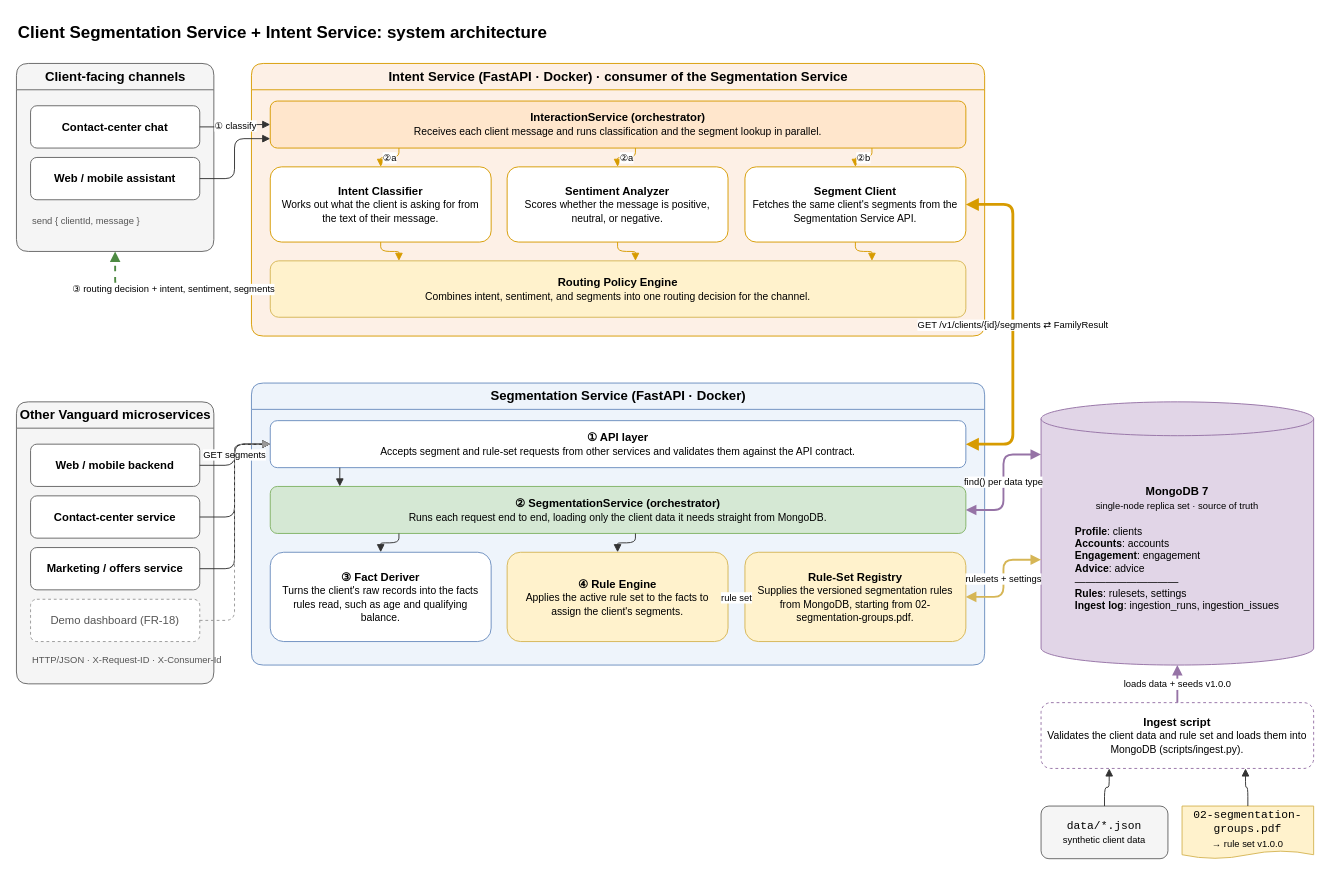
This is page "1. System architecture" (1 of 2) of docs/architecture.drawio from JustinGarvida/vanguard-css, a draw.io file, before an edit. Source tidied: cells renumbered, new cells numbered last; positions are measured from the earlier drawing's top-left corner, leaving out a move shared by most shapes. Both pictures are drawn from the tidied source at 94%, with x=0, y=0 at pixel (16, 16).
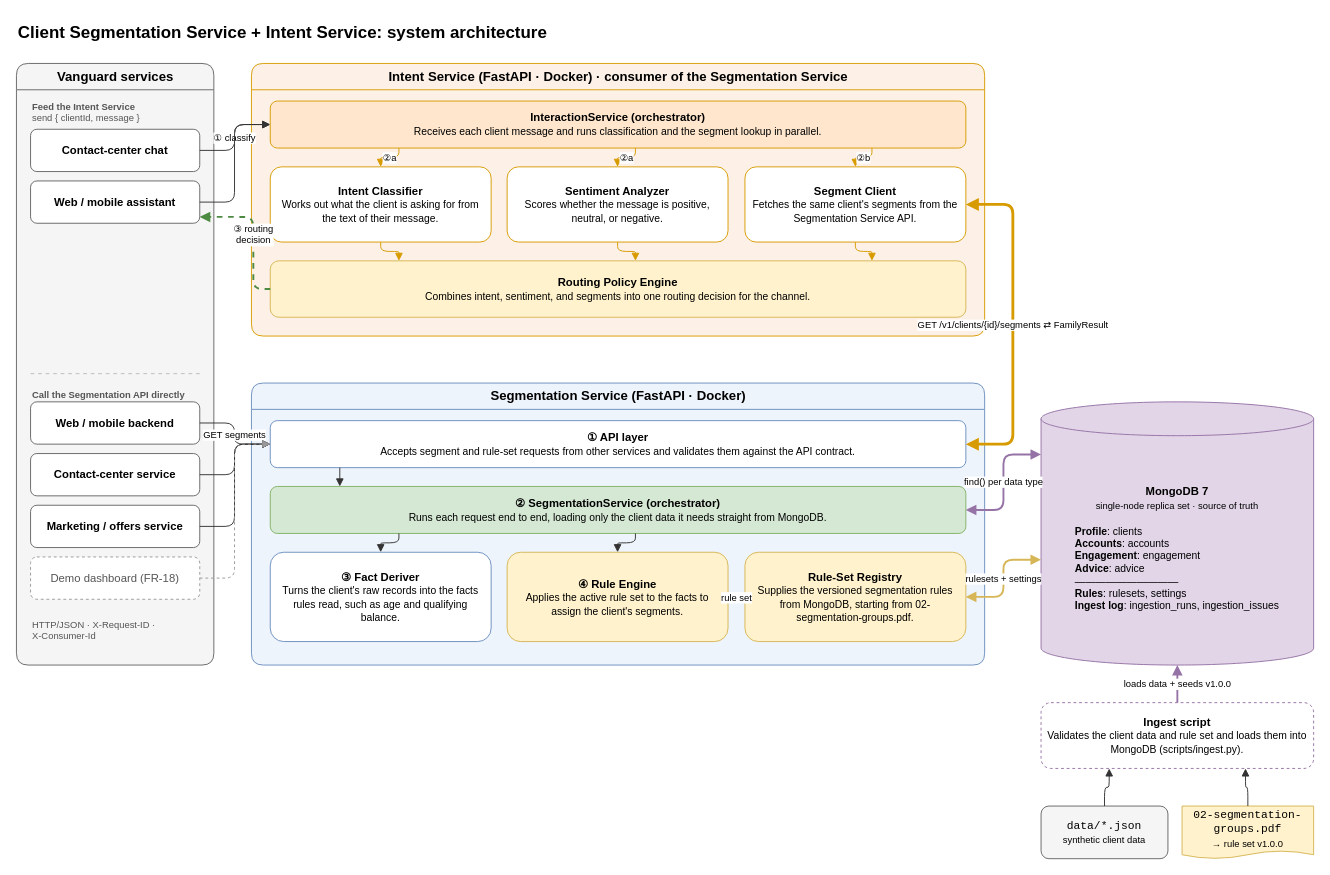
The same page after the edit.

Commit message (it also covers changes not shown here):
docs: group all Vanguard services into one column in the architecture

Chat and assistant channels feed the Intent Service; the other services
call the Segmentation API directly.

The change refers to these unchanged cells:
```xml
<mxCell id="8" value="&lt;b&gt;InteractionService (orchestrator)&lt;/b&gt;&lt;br&gt;&lt;font style=&quot;font-size:11px&quot;&gt;Receives each client message and runs classification and the segment lookup in parallel.&lt;/font&gt;" style="rounded=1;whiteSpace=wrap;html=1;spacing=8;fillColor=#ffe6cc;strokeColor=#d79b00;" parent="7" vertex="1">
  <mxGeometry x="20" y="40" width="740" height="50" as="geometry" />
</mxCell>
<mxCell id="12" value="&lt;b&gt;Routing Policy Engine&lt;/b&gt;&lt;br&gt;&lt;font style=&quot;font-size:11px&quot;&gt;Combines intent, sentiment, and segments into one routing decision for the channel.&lt;/font&gt;" style="rounded=1;whiteSpace=wrap;html=1;spacing=8;fillColor=#fff2cc;strokeColor=#d6b656;" parent="7" vertex="1">
  <mxGeometry x="20" y="210" width="740" height="60" as="geometry" />
</mxCell>
<mxCell id="20" value="&lt;b&gt;① API layer&lt;/b&gt;&lt;br&gt;&lt;font style=&quot;font-size:11px&quot;&gt;Accepts segment and rule-set requests from other services and validates them against the API contract.&lt;/font&gt;" style="rounded=1;whiteSpace=wrap;html=1;spacing=8;fillColor=#ffffff;strokeColor=#6c8ebf;" parent="19" vertex="1">
  <mxGeometry x="20" y="40" width="740" height="50" as="geometry" />
</mxCell>
```

What changed in the source:
```diff
@@
-    <mxCell id="3" value="Client-facing channels" style="swimlane;startSize=28;rounded=1;fontStyle=1;fontSize=14;html=1;fillColor=#f5f5f5;strokeColor=#666666;swimlaneFillColor=#f5f5f5;" parent="1" vertex="1">
-      <mxGeometry y="50" width="210" height="200" as="geometry" />
-    </mxCell>
+    <mxCell id="52" value="Vanguard services" style="swimlane;startSize=28;rounded=1;fontStyle=1;fontSize=14;html=1;fillColor=#f5f5f5;strokeColor=#666666;swimlaneFillColor=#f5f5f5;" parent="1" vertex="1">
+      <mxGeometry y="50" width="210" height="640" as="geometry" />
+    </mxCell>
+    <mxCell id="53" value="&lt;b&gt;Feed the Intent Service&lt;/b&gt;&lt;br&gt;send { clientId, message }" style="text;html=1;fontSize=10;fontColor=#555555;align=left;verticalAlign=top;whiteSpace=wrap;" parent="52" vertex="1">
+      <mxGeometry x="15" y="34" width="190" height="30" as="geometry" />
+    </mxCell>
-    <mxCell id="4" value="&lt;b&gt;Contact-center chat&lt;/b&gt;" style="rounded=1;whiteSpace=wrap;html=1;fillColor=#ffffff;strokeColor=#666666;" parent="3" vertex="1">
-      <mxGeometry x="15" y="45" width="180" height="45" as="geometry" />
+    <mxCell id="4" value="&lt;b&gt;Contact-center chat&lt;/b&gt;" style="rounded=1;whiteSpace=wrap;html=1;fillColor=#ffffff;strokeColor=#666666;" parent="52" vertex="1">
+      <mxGeometry x="15" y="70" width="180" height="45" as="geometry" />
     </mxCell>
-    <mxCell id="5" value="&lt;b&gt;Web / mobile assistant&lt;/b&gt;" style="rounded=1;whiteSpace=wrap;html=1;fillColor=#ffffff;strokeColor=#666666;" parent="3" vertex="1">
-      <mxGeometry x="15" y="100" width="180" height="45" as="geometry" />
+    <mxCell id="5" value="&lt;b&gt;Web / mobile assistant&lt;/b&gt;" style="rounded=1;whiteSpace=wrap;html=1;fillColor=#ffffff;strokeColor=#666666;" parent="52" vertex="1">
+      <mxGeometry x="15" y="125" width="180" height="45" as="geometry" />
     </mxCell>
-    <mxCell id="6" value="send { clientId, message }" style="text;html=1;fontSize=10;fontColor=#555555;align=left;" parent="3" vertex="1">
-      <mxGeometry x="15" y="155" width="180" height="30" as="geometry" />
-    </mxCell>
+    <mxCell id="54" style="line;strokeColor=#bbbbbb;strokeWidth=1;dashed=1;dashPattern=4 4;html=1;" parent="52" vertex="1">
+      <mxGeometry x="15" y="325" width="180" height="10" as="geometry" />
+    </mxCell>
+    <mxCell id="55" value="&lt;b&gt;Call the Segmentation API directly&lt;/b&gt;" style="text;html=1;fontSize=10;fontColor=#555555;align=left;verticalAlign=top;whiteSpace=wrap;" parent="52" vertex="1">
+      <mxGeometry x="15" y="340" width="190" height="20" as="geometry" />
+    </mxCell>
+    <mxCell id="14" value="&lt;b&gt;Web / mobile backend&lt;/b&gt;" style="rounded=1;whiteSpace=wrap;html=1;fillColor=#ffffff;strokeColor=#666666;" parent="52" vertex="1">
+      <mxGeometry x="15" y="360" width="180" height="45" as="geometry" />
+    </mxCell>
+    <mxCell id="15" value="&lt;b&gt;Contact-center service&lt;/b&gt;" style="rounded=1;whiteSpace=wrap;html=1;fillColor=#ffffff;strokeColor=#666666;" parent="52" vertex="1">
+      <mxGeometry x="15" y="415" width="180" height="45" as="geometry" />
+    </mxCell>
+    <mxCell id="16" value="&lt;b&gt;Marketing / offers service&lt;/b&gt;" style="rounded=1;whiteSpace=wrap;html=1;fillColor=#ffffff;strokeColor=#666666;" parent="52" vertex="1">
+      <mxGeometry x="15" y="470" width="180" height="45" as="geometry" />
+    </mxCell>
+    <mxCell id="17" value="Demo dashboard (FR-18)" style="rounded=1;whiteSpace=wrap;html=1;fillColor=#ffffff;strokeColor=#999999;dashed=1;fontColor=#555555;" parent="52" vertex="1">
+      <mxGeometry x="15" y="525" width="180" height="45" as="geometry" />
+    </mxCell>
+    <mxCell id="18" value="HTTP/JSON · X-Request-ID ·&lt;br&gt;X-Consumer-Id" style="text;html=1;fontSize=10;fontColor=#555555;align=left;verticalAlign=top;whiteSpace=wrap;" parent="52" vertex="1">
+      <mxGeometry x="15" y="585" width="190" height="30" as="geometry" />
+    </mxCell>
@@
-    <mxCell id="13" value="Other Vanguard microservices" style="swimlane;startSize=28;rounded=1;fontStyle=1;fontSize=14;html=1;fillColor=#f5f5f5;strokeColor=#666666;swimlaneFillColor=#f5f5f5;" parent="1" vertex="1">
-      <mxGeometry y="410" width="210" height="300" as="geometry" />
-    </mxCell>
-    <mxCell id="14" value="&lt;b&gt;Web / mobile backend&lt;/b&gt;" style="rounded=1;whiteSpace=wrap;html=1;fillColor=#ffffff;strokeColor=#666666;" parent="13" vertex="1">
-      <mxGeometry x="15" y="45" width="180" height="45" as="geometry" />
-    </mxCell>
-    <mxCell id="15" value="&lt;b&gt;Contact-center service&lt;/b&gt;" style="rounded=1;whiteSpace=wrap;html=1;fillColor=#ffffff;strokeColor=#666666;" parent="13" vertex="1">
-      <mxGeometry x="15" y="100" width="180" height="45" as="geometry" />
-    </mxCell>
-    <mxCell id="16" value="&lt;b&gt;Marketing / offers service&lt;/b&gt;" style="rounded=1;whiteSpace=wrap;html=1;fillColor=#ffffff;strokeColor=#666666;" parent="13" vertex="1">
-      <mxGeometry x="15" y="155" width="180" height="45" as="geometry" />
-    </mxCell>
-    <mxCell id="17" value="Demo dashboard (FR-18)" style="rounded=1;whiteSpace=wrap;html=1;fillColor=#ffffff;strokeColor=#999999;dashed=1;fontColor=#555555;" parent="13" vertex="1">
-      <mxGeometry x="15" y="210" width="180" height="45" as="geometry" />
-    </mxCell>
-    <mxCell id="18" value="HTTP/JSON · X-Request-ID · X-Consumer-Id" style="text;html=1;fontSize=10;fontColor=#555555;align=left;" parent="13" vertex="1">
-      <mxGeometry x="15" y="262" width="190" height="30" as="geometry" />
-    </mxCell>
@@
     <mxCell id="29" value="① classify" style="edgeStyle=orthogonalEdgeStyle;rounded=1;html=1;fontSize=10;endArrow=block;labelBackgroundColor=#ffffff;strokeColor=#333333;exitX=1;exitY=0.5;exitDx=0;exitDy=0;entryX=0;entryY=0.5;entryDx=0;entryDy=0;" parent="1" edge="1" source="4" target="8">
-      <mxGeometry relative="1" as="geometry" />
+      <mxGeometry relative="1" as="geometry">
+        <Array as="points">
+          <mxPoint x="232" y="142" />
+          <mxPoint x="232" y="115" />
+        </Array>
+      </mxGeometry>
     </mxCell>
-    <mxCell id="30" style="edgeStyle=orthogonalEdgeStyle;rounded=1;html=1;fontSize=10;endArrow=block;labelBackgroundColor=#ffffff;strokeColor=#333333;exitX=1;exitY=0.5;exitDx=0;exitDy=0;entryX=0;entryY=0.8;entryDx=0;entryDy=0;" parent="1" edge="1" source="5" target="8">
+    <mxCell id="30" style="edgeStyle=orthogonalEdgeStyle;rounded=1;html=1;fontSize=10;endArrow=block;labelBackgroundColor=#ffffff;strokeColor=#333333;exitX=1;exitY=0.5;exitDx=0;exitDy=0;entryX=0;entryY=0.5;entryDx=0;entryDy=0;" parent="1" edge="1" source="5" target="8">
       <mxGeometry relative="1" as="geometry">
         <Array as="points">
-          <mxPoint x="232" y="172" />
-          <mxPoint x="232" y="130" />
+          <mxPoint x="232" y="197" />
+          <mxPoint x="232" y="115" />
         </Array>
       </mxGeometry>
     </mxCell>
@@
-    <mxCell id="38" value="③ routing decision + intent, sentiment, segments" style="edgeStyle=orthogonalEdgeStyle;rounded=1;html=1;fontSize=10;endArrow=block;labelBackgroundColor=#ffffff;strokeColor=#4d8a42;strokeWidth=2;dashed=1;exitX=0;exitY=0.5;exitDx=0;exitDy=0;entryX=0.5;entryY=1;entryDx=0;entryDy=0;" parent="1" edge="1" source="12" target="3">
+    <mxCell id="38" value="③ routing&lt;br&gt;decision" style="edgeStyle=orthogonalEdgeStyle;rounded=1;html=1;fontSize=10;endArrow=block;labelBackgroundColor=#ffffff;strokeColor=#4d8a42;strokeWidth=2;dashed=1;exitX=0;exitY=0.5;exitDx=0;exitDy=0;entryX=1;entryY=0.85;entryDx=0;entryDy=0;" parent="1" edge="1" source="12" target="5">
       <mxGeometry relative="1" as="geometry">
         <Array as="points">
-          <mxPoint x="105" y="290" />
+          <mxPoint x="252" y="290" />
+          <mxPoint x="252" y="213" />
         </Array>
       </mxGeometry>
     </mxCell>
     <mxCell id="39" value="GET segments" style="edgeStyle=orthogonalEdgeStyle;rounded=1;html=1;fontSize=10;endArrow=block;labelBackgroundColor=#ffffff;strokeColor=#333333;exitX=1;exitY=0.5;exitDx=0;exitDy=0;entryX=0;entryY=0.5;entryDx=0;entryDy=0;" parent="1" edge="1" source="14" target="20">
       <mxGeometry relative="1" as="geometry">
         <Array as="points">
-          <mxPoint x="232" y="477" />
+          <mxPoint x="232" y="432" />
           <mxPoint x="232" y="455" />
         </Array>
       </mxGeometry>
     </mxCell>
     <mxCell id="40" style="edgeStyle=orthogonalEdgeStyle;rounded=1;html=1;fontSize=10;endArrow=block;labelBackgroundColor=#ffffff;strokeColor=#333333;exitX=1;exitY=0.5;exitDx=0;exitDy=0;entryX=0;entryY=0.5;entryDx=0;entryDy=0;" parent="1" edge="1" source="15" target="20">
       <mxGeometry relative="1" as="geometry">
         <Array as="points">
-          <mxPoint x="232" y="532" />
+          <mxPoint x="232" y="487" />
           <mxPoint x="232" y="455" />
         </Array>
       </mxGeometry>
     </mxCell>
     <mxCell id="41" style="edgeStyle=orthogonalEdgeStyle;rounded=1;html=1;fontSize=10;endArrow=block;labelBackgroundColor=#ffffff;strokeColor=#333333;exitX=1;exitY=0.5;exitDx=0;exitDy=0;entryX=0;entryY=0.5;entryDx=0;entryDy=0;" parent="1" edge="1" source="16" target="20">
       <mxGeometry relative="1" as="geometry">
         <Array as="points">
-          <mxPoint x="232" y="587" />
+          <mxPoint x="232" y="542" />
           <mxPoint x="232" y="455" />
         </Array>
       </mxGeometry>
     </mxCell>
     <mxCell id="42" style="edgeStyle=orthogonalEdgeStyle;rounded=1;html=1;fontSize=10;endArrow=block;labelBackgroundColor=#ffffff;strokeColor=#999999;dashed=1;exitX=1;exitY=0.5;exitDx=0;exitDy=0;entryX=0;entryY=0.5;entryDx=0;entryDy=0;" parent="1" edge="1" source="17" target="20">
       <mxGeometry relative="1" as="geometry">
         <Array as="points">
-          <mxPoint x="232" y="642" />
+          <mxPoint x="232" y="597" />
           <mxPoint x="232" y="455" />
         </Array>
       </mxGeometry>
     </mxCell>
```
